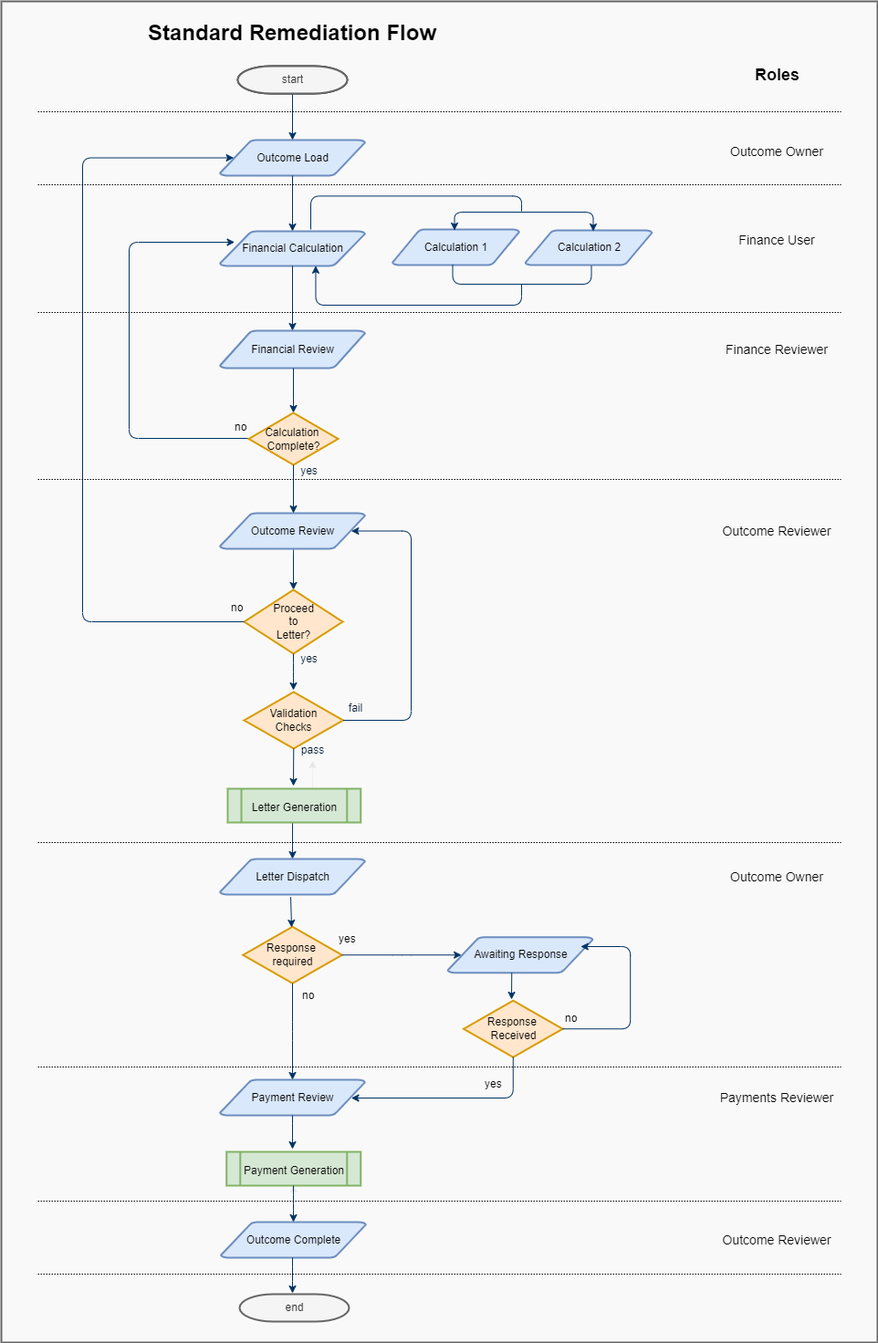
grantcolley/headway keeps this draw.io diagram as readme-images/StandardRemediationFlow.png. Above is the earlier version. Source tidied: cells renumbered, new cells last; positions are measured from the earlier drawing's top-left corner, leaving out a move shared by most shapes.
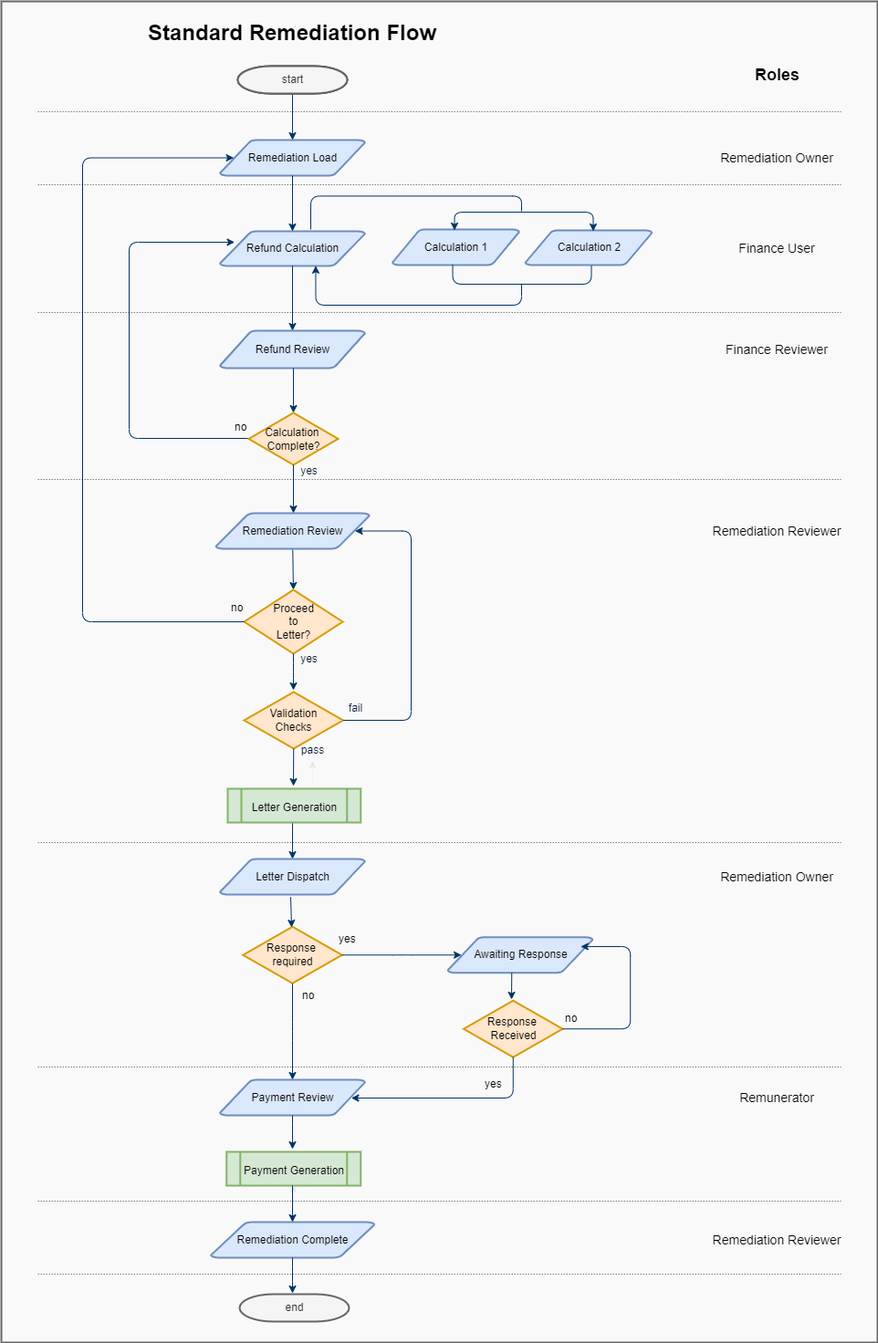
After the change.

Diff of the diagram source:
```diff
@@ -8,10 +8,10 @@
     <mxCell id="3" value="start" style="shape=mxgraph.flowchart.terminator;strokeWidth=2;gradientColor=none;gradientDirection=north;fontStyle=0;html=1;" parent="1" vertex="1">
       <mxGeometry x="259" y="71" width="120" height="30" as="geometry" />
     </mxCell>
-    <mxCell id="4" value="Outcome Load" style="shape=mxgraph.flowchart.data;strokeWidth=2;gradientDirection=north;fontStyle=0;html=1;fillColor=#dae8fc;strokeColor=#6c8ebf;" parent="1" vertex="1">
+    <mxCell id="4" value="Remediation Load" style="shape=mxgraph.flowchart.data;strokeWidth=2;gradientDirection=north;fontStyle=0;html=1;fillColor=#dae8fc;strokeColor=#6c8ebf;" parent="1" vertex="1">
       <mxGeometry x="239.5" y="152" width="159" height="39" as="geometry" />
     </mxCell>
-    <mxCell id="5" value="Financial Calculation" style="shape=mxgraph.flowchart.data;strokeWidth=2;gradientDirection=north;fontStyle=0;html=1;fillColor=#dae8fc;strokeColor=#6c8ebf;" parent="1" vertex="1">
+    <mxCell id="5" value="Refund Calculation" style="shape=mxgraph.flowchart.data;strokeWidth=2;gradientDirection=north;fontStyle=0;html=1;fillColor=#dae8fc;strokeColor=#6c8ebf;" parent="1" vertex="1">
       <mxGeometry x="239.5" y="252" width="159" height="38" as="geometry" />
     </mxCell>
     <mxCell id="6" style="fontStyle=1;strokeColor=#003366;strokeWidth=1;html=1;" parent="1" edge="1" source="3" target="4">
@@ -20,7 +20,7 @@
     <mxCell id="7" style="fontStyle=1;strokeColor=#003366;strokeWidth=1;html=1;exitX=0.5;exitY=1;exitDx=0;exitDy=0;exitPerimeter=0;" parent="1" edge="1" source="4" target="5">
       <mxGeometry relative="1" as="geometry" />
     </mxCell>
-    <mxCell id="8" value="Financial Review" style="shape=mxgraph.flowchart.data;strokeWidth=2;gradientDirection=north;fontStyle=0;html=1;fillColor=#dae8fc;strokeColor=#6c8ebf;" parent="1" vertex="1">
+    <mxCell id="8" value="Refund Review" style="shape=mxgraph.flowchart.data;strokeWidth=2;gradientDirection=north;fontStyle=0;html=1;fillColor=#dae8fc;strokeColor=#6c8ebf;" parent="1" vertex="1">
       <mxGeometry x="239.5" y="361" width="159" height="41" as="geometry" />
     </mxCell>
     <mxCell id="9" style="edgeStyle=elbowEdgeStyle;elbow=horizontal;fontStyle=1;strokeColor=#003366;strokeWidth=1;html=1;" parent="1" edge="1" source="5" target="8">
@@ -124,8 +124,8 @@
     <mxCell id="22" value="Calculation &lt;br&gt;Complete?" style="shape=mxgraph.flowchart.decision;strokeWidth=2;gradientDirection=north;fontStyle=0;html=1;fillColor=#ffe6cc;strokeColor=#d79b00;" parent="1" vertex="1">
       <mxGeometry x="271" y="451" width="98" height="57" as="geometry" />
     </mxCell>
-    <mxCell id="23" value="Outcome Review" style="shape=mxgraph.flowchart.data;strokeWidth=2;gradientDirection=north;fontStyle=0;html=1;fillColor=#dae8fc;strokeColor=#6c8ebf;" parent="1" vertex="1">
-      <mxGeometry x="239.5" y="561" width="159" height="39" as="geometry" />
+    <mxCell id="23" value="&lt;font style=&quot;font-size: 12px;&quot;&gt;Remediation&amp;nbsp;Review&lt;/font&gt;" style="shape=mxgraph.flowchart.data;strokeWidth=2;gradientDirection=north;fontStyle=0;html=1;fillColor=#dae8fc;strokeColor=#6c8ebf;" parent="1" vertex="1">
+      <mxGeometry x="235" y="561" width="168.5" height="39" as="geometry" />
     </mxCell>
     <mxCell id="24" style="edgeStyle=elbowEdgeStyle;elbow=horizontal;fontStyle=1;strokeColor=#003366;strokeWidth=1;html=1;" parent="1" edge="1" source="22" target="23">
       <mxGeometry x="197" y="-163" as="geometry" />
@@ -206,8 +206,8 @@
     <mxCell id="40" style="edgeStyle=elbowEdgeStyle;rounded=1;jettySize=auto;html=1;dashed=1;dashPattern=1 1;fontSize=18;startArrow=none;startFill=0;endArrow=classic;endFill=1;strokeColor=#E6E6E6;strokeWidth=0.5;" parent="1" edge="1" source="41" target="56">
       <mxGeometry relative="1" as="geometry" />
     </mxCell>
-    <mxCell id="41" value="Outcome Complete" style="shape=mxgraph.flowchart.data;strokeWidth=2;gradientDirection=north;fontStyle=0;html=1;fillColor=#dae8fc;strokeColor=#6c8ebf;" parent="1" vertex="1">
-      <mxGeometry x="240.5" y="1338" width="159" height="39" as="geometry" />
+    <mxCell id="41" value="&lt;font style=&quot;font-size: 12px;&quot;&gt;Remediation&amp;nbsp;Complete&lt;/font&gt;" style="shape=mxgraph.flowchart.data;strokeWidth=2;gradientDirection=north;fontStyle=0;html=1;fillColor=#dae8fc;strokeColor=#6c8ebf;" parent="1" vertex="1">
+      <mxGeometry x="229.5" y="1338" width="179.5" height="39" as="geometry" />
     </mxCell>
     <mxCell id="42" value="Payment Review" style="shape=mxgraph.flowchart.data;strokeWidth=2;gradientDirection=north;fontStyle=0;html=1;fillColor=#dae8fc;strokeColor=#6c8ebf;" parent="1" vertex="1">
       <mxGeometry x="239.5" y="1182" width="159" height="39" as="geometry" />
@@ -336,26 +336,26 @@
     <mxCell id="70" value="Roles" style="text;strokeColor=none;fillColor=none;html=1;fontSize=18;fontStyle=1;verticalAlign=middle;align=center;" parent="1" vertex="1">
       <mxGeometry x="800" y="61" width="100" height="40" as="geometry" />
     </mxCell>
-    <mxCell id="71" value="Outcome Owner" style="text;html=1;strokeColor=none;fillColor=none;align=center;verticalAlign=middle;whiteSpace=wrap;rounded=0;fontSize=14;" parent="1" vertex="1">
-      <mxGeometry x="790" y="150" width="120" height="30" as="geometry" />
+    <mxCell id="71" value="Remediation Owner" style="text;html=1;strokeColor=none;fillColor=none;align=center;verticalAlign=middle;whiteSpace=wrap;rounded=0;fontSize=14;" parent="1" vertex="1">
+      <mxGeometry x="785" y="156.5" width="130" height="30" as="geometry" />
     </mxCell>
     <mxCell id="72" value="Finance User" style="text;html=1;strokeColor=none;fillColor=none;align=center;verticalAlign=middle;whiteSpace=wrap;rounded=0;fontSize=14;" parent="1" vertex="1">
-      <mxGeometry x="790" y="247" width="120" height="30" as="geometry" />
+      <mxGeometry x="790" y="256" width="120" height="30" as="geometry" />
     </mxCell>
     <mxCell id="73" value="Finance Reviewer" style="text;html=1;strokeColor=none;fillColor=none;align=center;verticalAlign=middle;whiteSpace=wrap;rounded=0;fontSize=14;" parent="1" vertex="1">
       <mxGeometry x="790" y="366.5" width="120" height="30" as="geometry" />
     </mxCell>
-    <mxCell id="74" value="Outcome Reviewer" style="text;html=1;strokeColor=none;fillColor=none;align=center;verticalAlign=middle;whiteSpace=wrap;rounded=0;fontSize=14;" parent="1" vertex="1">
+    <mxCell id="74" value="Remediation&amp;nbsp;Reviewer" style="text;html=1;strokeColor=none;fillColor=none;align=center;verticalAlign=middle;whiteSpace=wrap;rounded=0;fontSize=14;" parent="1" vertex="1">
       <mxGeometry x="780" y="1342.5" width="140" height="30" as="geometry" />
     </mxCell>
-    <mxCell id="75" value="Outcome Owner" style="text;html=1;strokeColor=none;fillColor=none;align=center;verticalAlign=middle;whiteSpace=wrap;rounded=0;fontSize=14;" parent="1" vertex="1">
+    <mxCell id="75" value="Remediation&amp;nbsp;Owner" style="text;html=1;strokeColor=none;fillColor=none;align=center;verticalAlign=middle;whiteSpace=wrap;rounded=0;fontSize=14;" parent="1" vertex="1">
       <mxGeometry x="790" y="944.5" width="120" height="30" as="geometry" />
     </mxCell>
-    <mxCell id="76" value="Payments Reviewer" style="text;html=1;strokeColor=none;fillColor=none;align=center;verticalAlign=middle;whiteSpace=wrap;rounded=0;fontSize=14;" parent="1" vertex="1">
+    <mxCell id="76" value="Remunerator" style="text;html=1;strokeColor=none;fillColor=none;align=center;verticalAlign=middle;whiteSpace=wrap;rounded=0;fontSize=14;" parent="1" vertex="1">
       <mxGeometry x="780" y="1186.5" width="140" height="30" as="geometry" />
     </mxCell>
-    <mxCell id="77" value="Outcome Reviewer" style="text;html=1;strokeColor=none;fillColor=none;align=center;verticalAlign=middle;whiteSpace=wrap;rounded=0;fontSize=14;" parent="1" vertex="1">
-      <mxGeometry x="780" y="565.5" width="140" height="30" as="geometry" />
+    <mxCell id="77" value="Remediation Reviewer" style="text;html=1;strokeColor=none;fillColor=none;align=center;verticalAlign=middle;whiteSpace=wrap;rounded=0;fontSize=14;" parent="1" vertex="1">
+      <mxGeometry x="770" y="565.5" width="160" height="30" as="geometry" />
     </mxCell>
   </root>
 </mxGraphModel>
```
